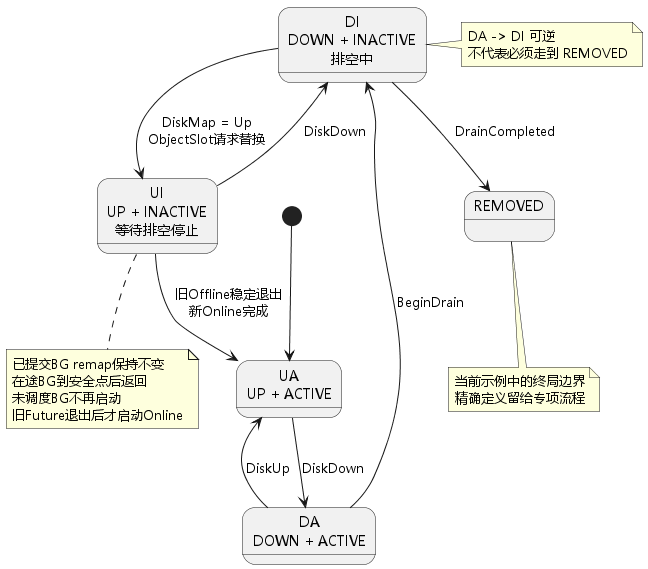
Earlier version of the PlantUML export pool-control-plane-baseline/assets/disk-isolation-cancellation.png (limushu/runtime).
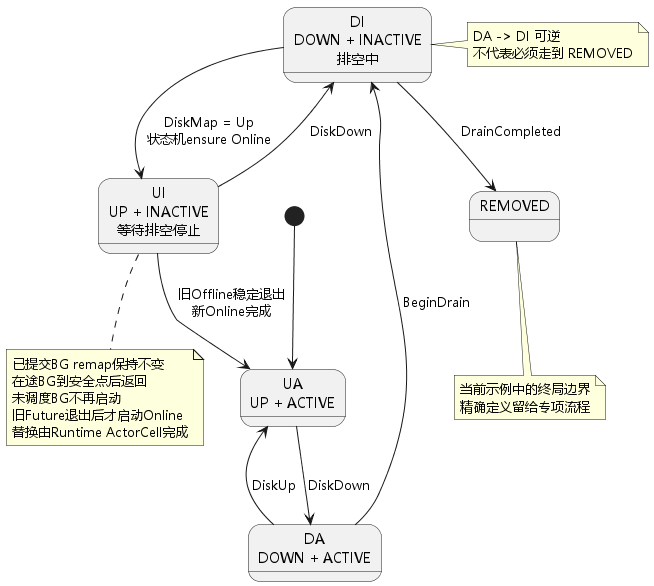
The same diagram one commit later.

Diff of the diagram source:
```diff
@@ -13,7 +13,7 @@
 UA --> DA : DiskDown
 DA --> UA : DiskUp
 DA --> DI : BeginDrain
-DI --> UI : DiskMap = Up\nObjectSlot请求替换
+DI --> UI : DiskMap = Up\n状态机ensure Online
 UI --> DI : DiskDown
 UI --> UA : 旧Offline稳定退出\n新Online完成
 DI --> Removed : DrainCompleted
@@ -28,6 +28,7 @@
 在途BG到安全点后返回
 未调度BG不再启动
 旧Future退出后才启动Online
+替换由Runtime ActorCell完成
 end note
 
 note bottom of Removed
```
